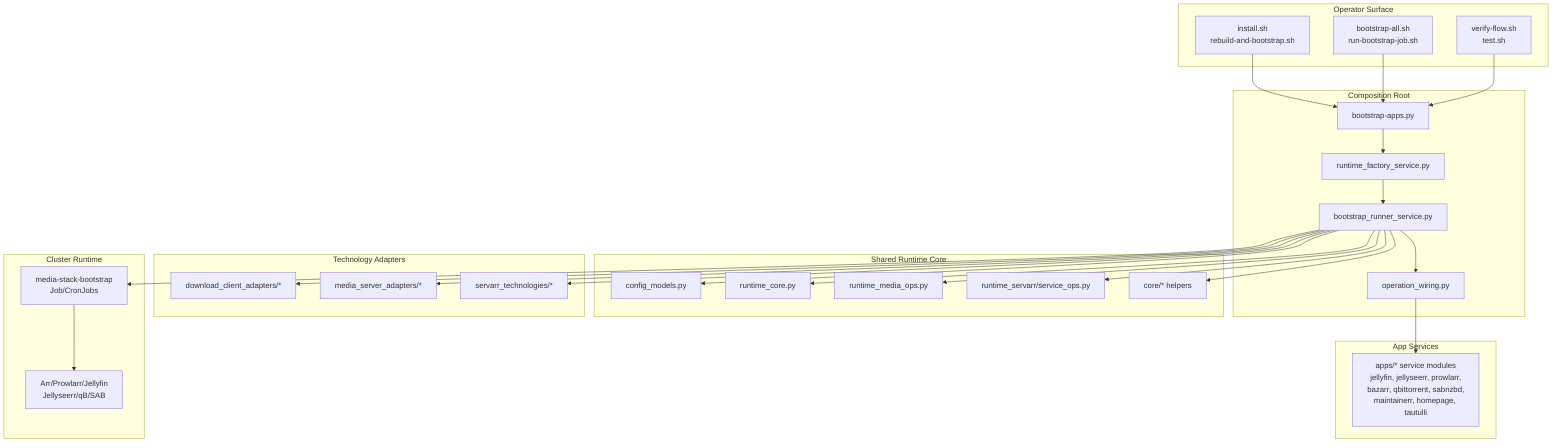
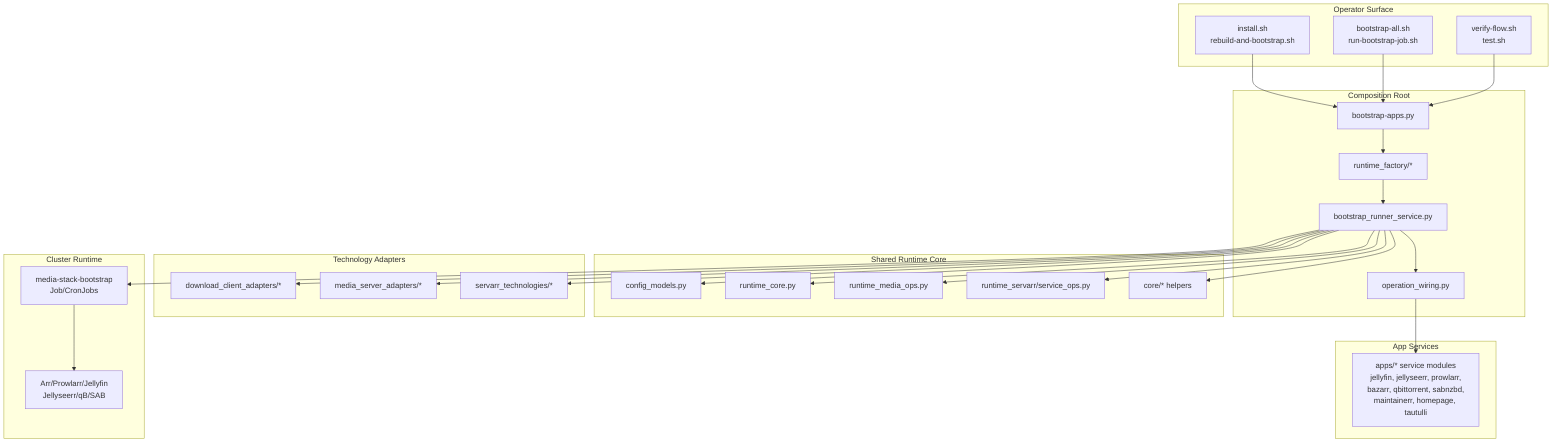
flowchart TD
  subgraph Operators[Operator Surface]
    SH1["install.sh\nrebuild-and-bootstrap.sh"]
    SH2["bootstrap-all.sh\nrun-bootstrap-job.sh"]
    SH3["verify-flow.sh\ntest.sh"]
  end

  subgraph Entry[Composition Root]
    MAIN["bootstrap-apps.py"]
-     RF["runtime_factory_service.py"]
+     RF["runtime_factory/*"]
    RUN["bootstrap_runner_service.py"]
    WIRE["operation_wiring.py"]
  end

  subgraph Core[Shared Runtime Core]
    CFG["config_models.py"]
    CORE_RT["runtime_core.py"]
    MED["runtime_media_ops.py"]
    ARR["runtime_servarr/service_ops.py"]
    LIB["core/* helpers"]
  end

  subgraph Adapters[Technology Adapters]
    DL["download_client_adapters/*"]
    MS["media_server_adapters/*"]
    SA["servarr_technologies/*"]
  end

  subgraph AppSvc[App Services]
    APPMOD["apps/* service modules\njellyfin, jellyseerr, prowlarr,\nbazarr, qbittorrent, sabnzbd,\nmaintainerr, homepage, tautulli"]
  end

  subgraph Runtime[Cluster Runtime]
    JOB["media-stack-bootstrap\nJob/CronJobs"]
    APPS["Arr/Prowlarr/Jellyfin\nJellyseerr/qB/SAB"]
  end

  SH1 --> MAIN
  SH2 --> MAIN
  SH3 --> MAIN

  MAIN --> RF --> RUN --> WIRE

  RUN --> CFG
  RUN --> CORE_RT
  RUN --> MED
  RUN --> ARR
  RUN --> LIB

  RUN --> DL
  RUN --> MS
  RUN --> SA

  WIRE --> APPMOD

  RUN --> JOB --> APPS
